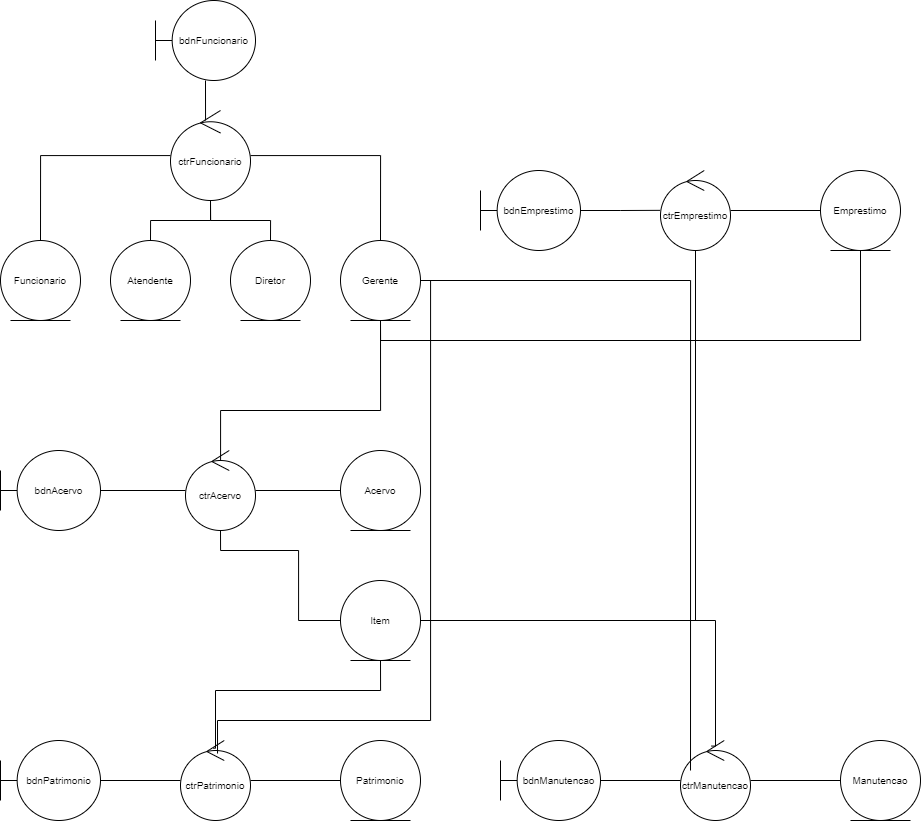
This is doc/diagramas/classes_projeto.png from LuizIZN/MuseuM, a draw.io export, as it was before one commit. Source tidied: cells renumbered, new cells last; positions are measured from the earlier drawing's top-left corner, leaving out a move shared by most shapes. Source of this version:
```xml
<mxGraphModel>
  <root>
    <mxCell id="0" />
    <mxCell id="1" parent="0" />
    <mxCell id="2" value="bdnFuncionario" style="shape=umlBoundary;whiteSpace=wrap;html=1;fontSize=10;" parent="1" vertex="1">
      <mxGeometry x="155" width="100" height="80" as="geometry" />
    </mxCell>
    <mxCell id="3" style="edgeStyle=orthogonalEdgeStyle;rounded=0;jettySize=auto;html=1;entryX=0.5;entryY=0;entryDx=0;entryDy=0;endArrow=none;endFill=0;fontSize=10;" parent="1" edge="1" source="7" target="8">
      <mxGeometry relative="1" as="geometry" />
    </mxCell>
    <mxCell id="4" style="edgeStyle=orthogonalEdgeStyle;rounded=0;jettySize=auto;html=1;entryX=0.5;entryY=0;entryDx=0;entryDy=0;endArrow=none;endFill=0;fontSize=10;" parent="1" edge="1" source="7" target="9">
      <mxGeometry relative="1" as="geometry" />
    </mxCell>
    <mxCell id="5" style="edgeStyle=orthogonalEdgeStyle;rounded=0;jettySize=auto;html=1;entryX=0.5;entryY=0;entryDx=0;entryDy=0;endArrow=none;endFill=0;fontSize=10;" parent="1" edge="1" source="7" target="10">
      <mxGeometry relative="1" as="geometry" />
    </mxCell>
    <mxCell id="6" style="edgeStyle=orthogonalEdgeStyle;rounded=0;jettySize=auto;html=1;entryX=0.5;entryY=0;entryDx=0;entryDy=0;endArrow=none;endFill=0;fontSize=10;" parent="1" edge="1" source="7" target="11">
      <mxGeometry relative="1" as="geometry" />
    </mxCell>
    <mxCell id="7" value="ctrFuncionario" style="ellipse;shape=umlControl;whiteSpace=wrap;html=1;fontSize=10;" parent="1" vertex="1">
      <mxGeometry x="170" y="110" width="80" height="90" as="geometry" />
    </mxCell>
    <mxCell id="8" value="Funcionario" style="ellipse;shape=umlEntity;whiteSpace=wrap;html=1;fontSize=10;" parent="1" vertex="1">
      <mxGeometry y="240" width="80" height="80" as="geometry" />
    </mxCell>
    <mxCell id="9" value="Atendente" style="ellipse;shape=umlEntity;whiteSpace=wrap;html=1;fontSize=10;" parent="1" vertex="1">
      <mxGeometry x="110" y="240" width="80" height="80" as="geometry" />
    </mxCell>
    <mxCell id="10" value="Diretor" style="ellipse;shape=umlEntity;whiteSpace=wrap;html=1;fontSize=10;" parent="1" vertex="1">
      <mxGeometry x="230" y="240" width="80" height="80" as="geometry" />
    </mxCell>
    <mxCell id="11" value="Gerente" style="ellipse;shape=umlEntity;whiteSpace=wrap;html=1;fontSize=10;" parent="1" vertex="1">
      <mxGeometry x="340" y="240" width="80" height="80" as="geometry" />
    </mxCell>
    <mxCell id="12" style="edgeStyle=orthogonalEdgeStyle;rounded=0;jettySize=auto;html=1;entryX=0.438;entryY=0.111;entryDx=0;entryDy=0;entryPerimeter=0;endArrow=none;endFill=0;fontSize=10;" parent="1" edge="1" source="2" target="7">
      <mxGeometry relative="1" as="geometry" />
    </mxCell>
    <mxCell id="13" style="edgeStyle=orthogonalEdgeStyle;shape=connector;rounded=0;jettySize=auto;html=1;strokeColor=default;align=center;verticalAlign=middle;fontFamily=Helvetica;fontSize=10;fontColor=default;labelBackgroundColor=default;endArrow=none;endFill=0;" parent="1" edge="1" source="14" target="18">
      <mxGeometry relative="1" as="geometry" />
    </mxCell>
    <mxCell id="14" value="bdnAcervo" style="shape=umlBoundary;whiteSpace=wrap;html=1;fontSize=10;" parent="1" vertex="1">
      <mxGeometry y="450" width="100" height="80" as="geometry" />
    </mxCell>
    <mxCell id="15" style="edgeStyle=orthogonalEdgeStyle;rounded=0;jettySize=auto;html=1;entryX=0.5;entryY=1;entryDx=0;entryDy=0;exitX=0.473;exitY=0.13;exitDx=0;exitDy=0;exitPerimeter=0;endArrow=none;endFill=0;fontSize=10;" parent="1" edge="1" source="18" target="11">
      <mxGeometry relative="1" as="geometry">
        <Array as="points">
          <mxPoint x="220" y="460" />
          <mxPoint x="220" y="410" />
          <mxPoint x="380" y="410" />
        </Array>
      </mxGeometry>
    </mxCell>
    <mxCell id="16" style="edgeStyle=orthogonalEdgeStyle;rounded=0;jettySize=auto;html=1;endArrow=none;endFill=0;fontSize=10;" parent="1" edge="1" source="18" target="19">
      <mxGeometry relative="1" as="geometry" />
    </mxCell>
    <mxCell id="17" style="edgeStyle=orthogonalEdgeStyle;rounded=0;jettySize=auto;html=1;entryX=0;entryY=0.5;entryDx=0;entryDy=0;endArrow=none;endFill=0;fontSize=10;" parent="1" edge="1" source="18" target="20">
      <mxGeometry relative="1" as="geometry">
        <Array as="points">
          <mxPoint x="220" y="550" />
          <mxPoint x="298" y="550" />
          <mxPoint x="298" y="620" />
        </Array>
      </mxGeometry>
    </mxCell>
    <mxCell id="18" value="ctrAcervo" style="ellipse;shape=umlControl;whiteSpace=wrap;html=1;fontSize=10;" parent="1" vertex="1">
      <mxGeometry x="185" y="450" width="70" height="80" as="geometry" />
    </mxCell>
    <mxCell id="19" value="Acervo" style="ellipse;shape=umlEntity;whiteSpace=wrap;html=1;fontSize=10;" parent="1" vertex="1">
      <mxGeometry x="340" y="450" width="80" height="80" as="geometry" />
    </mxCell>
    <mxCell id="20" value="Item" style="ellipse;shape=umlEntity;whiteSpace=wrap;html=1;fontSize=10;" parent="1" vertex="1">
      <mxGeometry x="340" y="580" width="80" height="80" as="geometry" />
    </mxCell>
    <mxCell id="21" style="edgeStyle=orthogonalEdgeStyle;shape=connector;rounded=0;jettySize=auto;html=1;strokeColor=default;align=center;verticalAlign=middle;fontFamily=Helvetica;fontSize=10;fontColor=default;labelBackgroundColor=default;endArrow=none;endFill=0;" parent="1" edge="1" source="22" target="25">
      <mxGeometry relative="1" as="geometry" />
    </mxCell>
    <mxCell id="22" value="bdnPatrimonio" style="shape=umlBoundary;whiteSpace=wrap;html=1;fontSize=10;" parent="1" vertex="1">
      <mxGeometry y="740" width="100" height="80" as="geometry" />
    </mxCell>
    <mxCell id="23" style="edgeStyle=orthogonalEdgeStyle;shape=connector;rounded=0;jettySize=auto;html=1;entryX=0;entryY=0.5;entryDx=0;entryDy=0;strokeColor=default;align=center;verticalAlign=middle;fontFamily=Helvetica;fontSize=10;fontColor=default;labelBackgroundColor=default;endArrow=none;endFill=0;" parent="1" edge="1" source="25" target="26">
      <mxGeometry relative="1" as="geometry" />
    </mxCell>
    <mxCell id="24" style="edgeStyle=orthogonalEdgeStyle;shape=connector;rounded=0;jettySize=auto;html=1;strokeColor=default;align=center;verticalAlign=middle;fontFamily=Helvetica;fontSize=10;fontColor=default;labelBackgroundColor=default;endArrow=none;endFill=0;exitX=0.468;exitY=0.096;exitDx=0;exitDy=0;exitPerimeter=0;" parent="1" edge="1" source="25" target="20">
      <mxGeometry relative="1" as="geometry">
        <Array as="points">
          <mxPoint x="215" y="748" />
          <mxPoint x="215" y="690" />
          <mxPoint x="380" y="690" />
        </Array>
      </mxGeometry>
    </mxCell>
    <mxCell id="25" value="ctrPatrimonio" style="ellipse;shape=umlControl;whiteSpace=wrap;html=1;fontSize=10;" parent="1" vertex="1">
      <mxGeometry x="180" y="740" width="70" height="80" as="geometry" />
    </mxCell>
    <mxCell id="26" value="Patrimonio" style="ellipse;shape=umlEntity;whiteSpace=wrap;html=1;fontSize=10;" parent="1" vertex="1">
      <mxGeometry x="340" y="740" width="80" height="80" as="geometry" />
    </mxCell>
    <mxCell id="27" style="edgeStyle=orthogonalEdgeStyle;shape=connector;rounded=0;jettySize=auto;html=1;strokeColor=default;align=center;verticalAlign=middle;fontFamily=Helvetica;fontSize=10;fontColor=default;labelBackgroundColor=default;endArrow=none;endFill=0;entryX=0.529;entryY=0.163;entryDx=0;entryDy=0;entryPerimeter=0;" parent="1" edge="1" source="11" target="25">
      <mxGeometry relative="1" as="geometry">
        <Array as="points">
          <mxPoint x="430" y="280" />
          <mxPoint x="430" y="720" />
          <mxPoint x="217" y="720" />
        </Array>
      </mxGeometry>
    </mxCell>
    <mxCell id="28" style="edgeStyle=orthogonalEdgeStyle;shape=connector;rounded=0;jettySize=auto;html=1;strokeColor=default;align=center;verticalAlign=middle;fontFamily=Helvetica;fontSize=10;fontColor=default;labelBackgroundColor=default;endArrow=none;endFill=0;" parent="1" edge="1" source="29" target="32">
      <mxGeometry relative="1" as="geometry" />
    </mxCell>
    <mxCell id="29" value="bdnManutencao" style="shape=umlBoundary;whiteSpace=wrap;html=1;fontSize=10;" parent="1" vertex="1">
      <mxGeometry x="500" y="740" width="100" height="80" as="geometry" />
    </mxCell>
    <mxCell id="30" style="edgeStyle=orthogonalEdgeStyle;shape=connector;rounded=0;jettySize=auto;html=1;strokeColor=default;align=center;verticalAlign=middle;fontFamily=Helvetica;fontSize=10;fontColor=default;labelBackgroundColor=default;endArrow=none;endFill=0;" parent="1" edge="1" source="32" target="33">
      <mxGeometry relative="1" as="geometry" />
    </mxCell>
    <mxCell id="31" style="edgeStyle=orthogonalEdgeStyle;shape=connector;rounded=0;jettySize=auto;html=1;entryX=1;entryY=0.5;entryDx=0;entryDy=0;strokeColor=default;align=center;verticalAlign=middle;fontFamily=Helvetica;fontSize=10;fontColor=default;labelBackgroundColor=default;endArrow=none;endFill=0;exitX=0.443;exitY=0.07;exitDx=0;exitDy=0;exitPerimeter=0;" parent="1" edge="1" source="32" target="20">
      <mxGeometry relative="1" as="geometry">
        <Array as="points">
          <mxPoint x="715" y="746" />
          <mxPoint x="715" y="620" />
        </Array>
      </mxGeometry>
    </mxCell>
    <mxCell id="32" value="ctrManutencao" style="ellipse;shape=umlControl;whiteSpace=wrap;html=1;fontSize=10;" parent="1" vertex="1">
      <mxGeometry x="680" y="740" width="70" height="80" as="geometry" />
    </mxCell>
    <mxCell id="33" value="Manutencao" style="ellipse;shape=umlEntity;whiteSpace=wrap;html=1;fontSize=10;" parent="1" vertex="1">
      <mxGeometry x="840" y="740" width="80" height="80" as="geometry" />
    </mxCell>
    <mxCell id="34" style="edgeStyle=orthogonalEdgeStyle;shape=connector;rounded=0;jettySize=auto;html=1;entryX=0.143;entryY=0.375;entryDx=0;entryDy=0;entryPerimeter=0;strokeColor=default;align=center;verticalAlign=middle;fontFamily=Helvetica;fontSize=10;fontColor=default;labelBackgroundColor=default;endArrow=none;endFill=0;" parent="1" edge="1" source="11" target="32">
      <mxGeometry relative="1" as="geometry" />
    </mxCell>
    <mxCell id="35" value="bdnEmprestimo" style="shape=umlBoundary;whiteSpace=wrap;html=1;fontSize=10;" parent="1" vertex="1">
      <mxGeometry x="480" y="170" width="100" height="80" as="geometry" />
    </mxCell>
    <mxCell id="36" style="edgeStyle=orthogonalEdgeStyle;shape=connector;rounded=0;jettySize=auto;html=1;entryX=1;entryY=0.5;entryDx=0;entryDy=0;strokeColor=default;align=center;verticalAlign=middle;fontFamily=Helvetica;fontSize=10;fontColor=default;labelBackgroundColor=default;endArrow=none;endFill=0;" parent="1" edge="1" source="38" target="20">
      <mxGeometry relative="1" as="geometry">
        <Array as="points">
          <mxPoint x="695" y="620" />
        </Array>
      </mxGeometry>
    </mxCell>
    <mxCell id="37" style="edgeStyle=orthogonalEdgeStyle;shape=connector;rounded=0;jettySize=auto;html=1;entryX=0;entryY=0.5;entryDx=0;entryDy=0;strokeColor=default;align=center;verticalAlign=middle;fontFamily=Helvetica;fontSize=10;fontColor=default;labelBackgroundColor=default;endArrow=none;endFill=0;" parent="1" edge="1" source="38" target="40">
      <mxGeometry relative="1" as="geometry" />
    </mxCell>
    <mxCell id="38" value="ctrEmprestimo" style="ellipse;shape=umlControl;whiteSpace=wrap;html=1;fontSize=10;" parent="1" vertex="1">
      <mxGeometry x="660" y="170" width="70" height="80" as="geometry" />
    </mxCell>
    <mxCell id="39" style="edgeStyle=orthogonalEdgeStyle;shape=connector;rounded=0;jettySize=auto;html=1;entryX=0.5;entryY=1;entryDx=0;entryDy=0;strokeColor=default;align=center;verticalAlign=middle;fontFamily=Helvetica;fontSize=10;fontColor=default;labelBackgroundColor=default;endArrow=none;endFill=0;" parent="1" edge="1" source="40" target="11">
      <mxGeometry relative="1" as="geometry">
        <Array as="points">
          <mxPoint x="860" y="340" />
          <mxPoint x="380" y="340" />
        </Array>
      </mxGeometry>
    </mxCell>
    <mxCell id="40" value="Emprestimo" style="ellipse;shape=umlEntity;whiteSpace=wrap;html=1;fontSize=10;" parent="1" vertex="1">
      <mxGeometry x="820" y="170" width="80" height="80" as="geometry" />
    </mxCell>
    <mxCell id="41" style="edgeStyle=orthogonalEdgeStyle;shape=connector;rounded=0;jettySize=auto;html=1;entryX=-0.006;entryY=0.498;entryDx=0;entryDy=0;entryPerimeter=0;strokeColor=default;align=center;verticalAlign=middle;fontFamily=Helvetica;fontSize=10;fontColor=default;labelBackgroundColor=default;endArrow=none;endFill=0;" parent="1" edge="1" source="35" target="38">
      <mxGeometry relative="1" as="geometry" />
    </mxCell>
  </root>
</mxGraphModel>
```
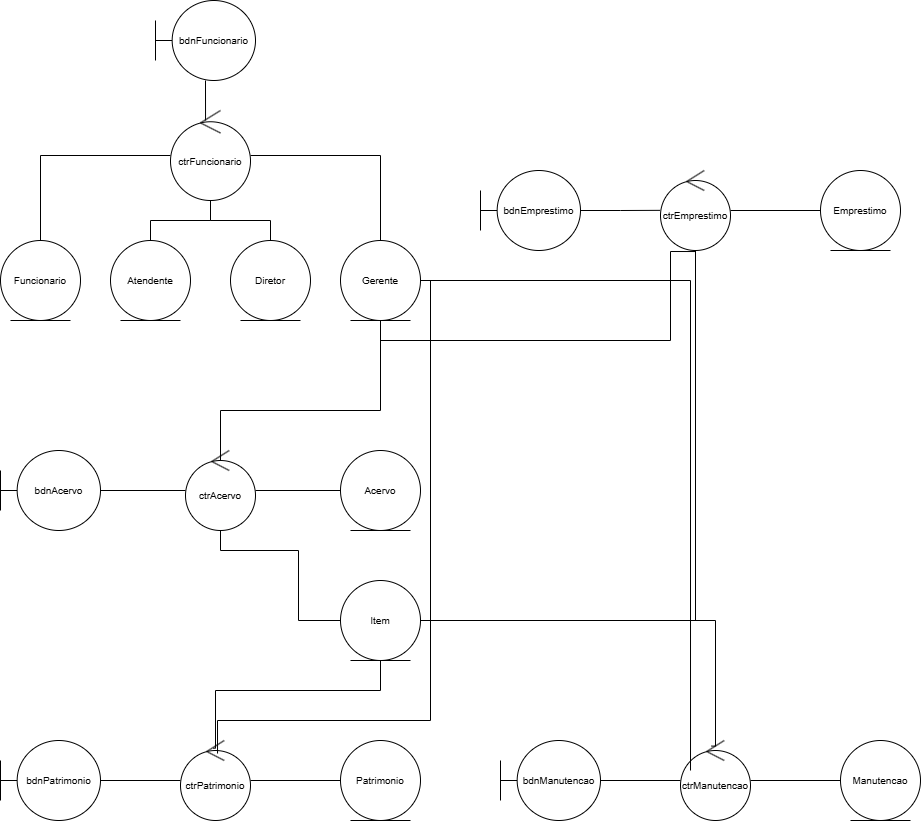
After the change.

The edit, as a diff of the source:
```diff
@@ -146,10 +146,11 @@
     <mxCell id="38" value="ctrEmprestimo" style="ellipse;shape=umlControl;whiteSpace=wrap;html=1;fontSize=10;" parent="1" vertex="1">
       <mxGeometry x="660" y="170" width="70" height="80" as="geometry" />
     </mxCell>
-    <mxCell id="39" style="edgeStyle=orthogonalEdgeStyle;shape=connector;rounded=0;jettySize=auto;html=1;entryX=0.5;entryY=1;entryDx=0;entryDy=0;strokeColor=default;align=center;verticalAlign=middle;fontFamily=Helvetica;fontSize=10;fontColor=default;labelBackgroundColor=default;endArrow=none;endFill=0;" parent="1" edge="1" source="40" target="11">
+    <mxCell id="39" style="edgeStyle=orthogonalEdgeStyle;shape=connector;rounded=0;jettySize=auto;html=1;entryX=0.5;entryY=1;entryDx=0;entryDy=0;strokeColor=default;align=center;verticalAlign=middle;fontFamily=Helvetica;fontSize=10;fontColor=default;labelBackgroundColor=default;endArrow=none;endFill=0;exitX=0.5;exitY=1.013;exitDx=0;exitDy=0;exitPerimeter=0;" parent="1" edge="1" source="38" target="11">
       <mxGeometry relative="1" as="geometry">
         <Array as="points">
-          <mxPoint x="860" y="340" />
+          <mxPoint x="670" y="251" />
+          <mxPoint x="670" y="340" />
           <mxPoint x="380" y="340" />
         </Array>
       </mxGeometry>
```
